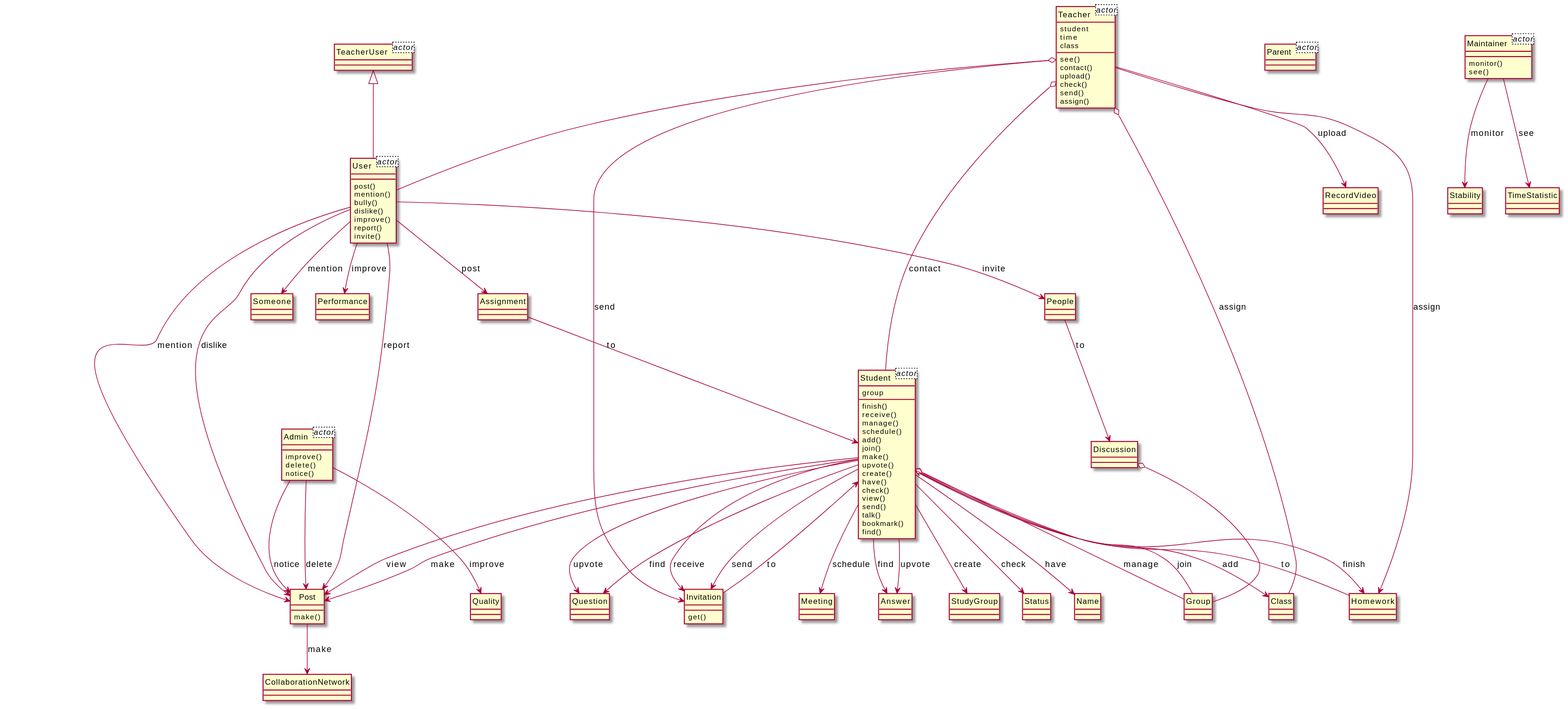
Before: output/diagram_5/2019-USC-Project03.svg, a diagram exported from PlantUML (xixixhalu/DomainModelExtractor).
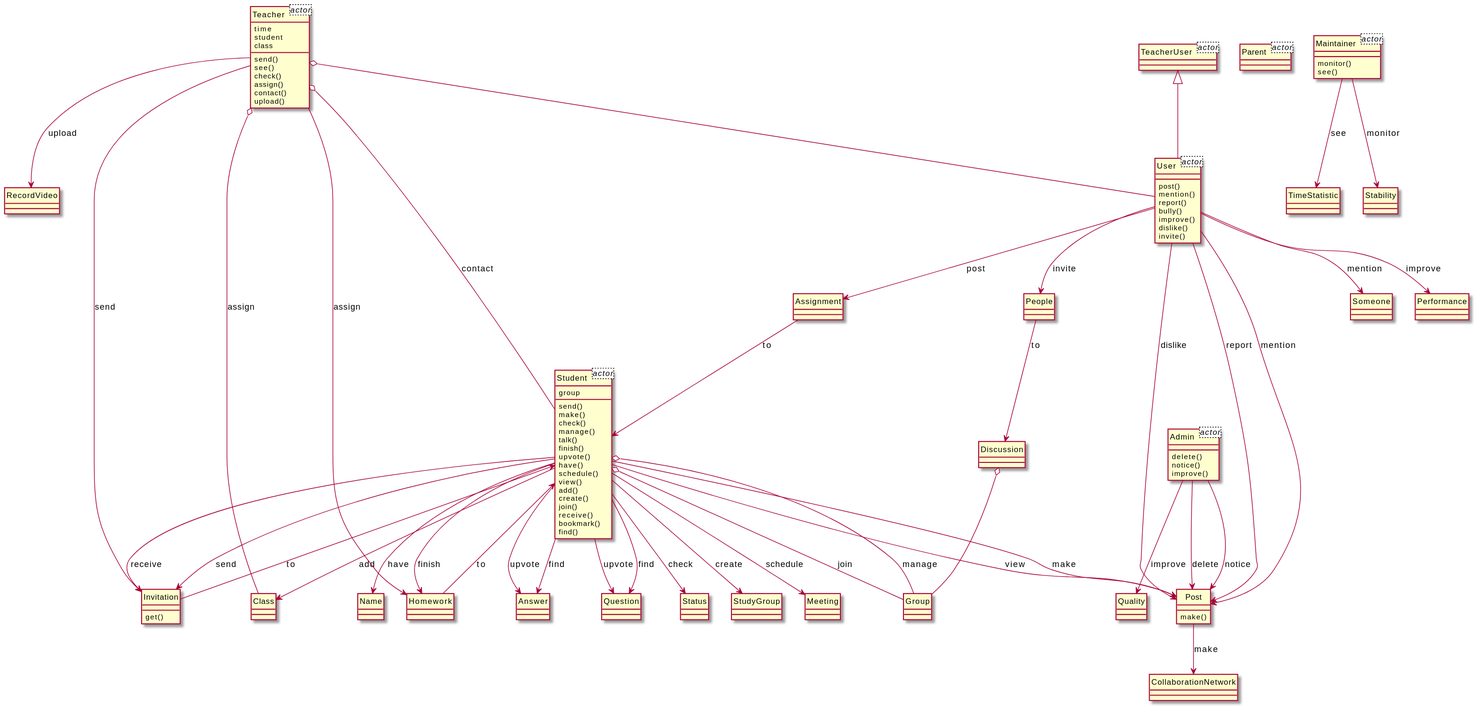
Later version of the same file.

What changed in the source:
```diff
@@ -4,8 +4,8 @@
 	group
 }
 class Teacher<actor> {
+	time
 	student
-	time
 	class
 }
 class Parent<actor> {
@@ -18,62 +18,52 @@
 }
 class Admin<actor> {
 }
+class Student {
+	send()
+	make()
+	check()
+	manage()
+	talk()
+	finish()
+	upvote()
+	have()
+	schedule()
+	view()
+	add()
+	create()
+	join()
+	receive()
+	bookmark()
+	find()
+}
+class Class {
+}
 class User {
 	post()
 	mention()
+	report()
 	bully()
+	improve()
 	dislike()
-	improve()
-	report()
 	invite()
-}
-class Student {
-	finish()
-	receive()
-	manage()
-	schedule()
-	add()
-	join()
-	make()
-	upvote()
-	create()
-	have()
-	check()
-	view()
-	send()
-	talk()
-	bookmark()
-	find()
-}
-class Invitation {
-	get()
-}
-class Teacher {
-	see()
-	contact()
-	upload()
-	check()
-	send()
-	assign()
-}
-class Post {
-	make()
-}
-class Homework {
 }
 class Someone {
 }
+class Name {
+}
 class Question {
 }
-class CollaborationNetwork {
+class Teacher {
+	send()
+	see()
+	check()
+	assign()
+	contact()
+	upload()
 }
-class Assignment {
+class RecordVideo {
 }
-class Meeting {
-}
-class Answer {
-}
-class Class {
+class Status {
 }
 class Group {
 }
@@ -81,26 +71,36 @@
 	monitor()
 	see()
 }
-class Stability {
+class TimeStatistic {
+}
+class Invitation {
+	get()
+}
+class Post {
+	make()
 }
 class Admin {
-	improve()
 	delete()
 	notice()
+	improve()
 }
-class TimeStatistic {
+class Answer {
+}
+class Homework {
+}
+class CollaborationNetwork {
+}
+class Assignment {
 }
 class StudyGroup {
 }
-class RecordVideo {
+class Performance {
 }
 class Quality {
 }
-class Status {
+class Stability {
 }
-class Performance {
-}
-class Name {
+class Meeting {
 }
 class People {
 }
@@ -108,45 +108,45 @@
 }
 class TeacherUser {
 }
+Student --> Name : have
+Student --> Homework : finish
+Admin --> Post : delete
+Student --> Answer : find
+Student --> Question : upvote
+Student --> Class : add
+Student --> Question : find
+Maintainer --> Stability : monitor
+Student --> Answer : upvote
+Student --> Invitation : receive
 Student --> Post : view
-User --> Performance : improve
+Teacher --> RecordVideo : upload
+Student o-- Group : manage
+Student --> Meeting : schedule
 Teacher --> Homework : assign
-Student --> Invitation : receive
-Student --> Homework : finish
-Student --> Name : have
-User --> Post : dislike
-User --> Post : mention
-Maintainer --> Stability : monitor
-Teacher --> Invitation : send
+Student --> Status : check
+User --> People : invite
+Post --> CollaborationNetwork : make
+Assignment --> Student : to
+Student --> Invitation : send
+Discussion o-- Group
+Student o-- Group : join
 Teacher o-- Class : assign
-Admin --> Post : delete
-Student --> Invitation : send
-Admin --> Post : notice
-Student o-- Group : manage
-User --> Someone : mention
-Student --> Question : upvote
-User --> People : invite
-Assignment --> Student : to
-Student --> Question : find
-Maintainer --> TimeStatistic : see
+User --> Assignment : post
+Homework --> Student : to
+Teacher o-- User
+User --> Post : report
+Student --> StudyGroup : create
 Invitation --> Student : to
 People --> Discussion : to
-Post --> CollaborationNetwork : make
-Student --> StudyGroup : create
-Discussion o-- Group
-User --> Assignment : post
-Teacher --> RecordVideo : upload
+Maintainer --> TimeStatistic : see
+User --> Performance : improve
 TeacherUser <|-- User
-Student --> Answer : upvote
-Student --> Meeting : schedule
-User --> Post : report
-Student o-- Group : join
-Teacher o-- User
-Homework --> Student : to
+Student --> Post : make
+Teacher --> Invitation : send
 Admin --> Quality : improve
-Student --> Answer : find
-Student --> Post : make
-Student --> Status : check
-Student --> Class : add
+User --> Post : mention
+User --> Someone : mention
+User --> Post : dislike
 Teacher o-- Student : contact
+Admin --> Post : notice
 @enduml
```
